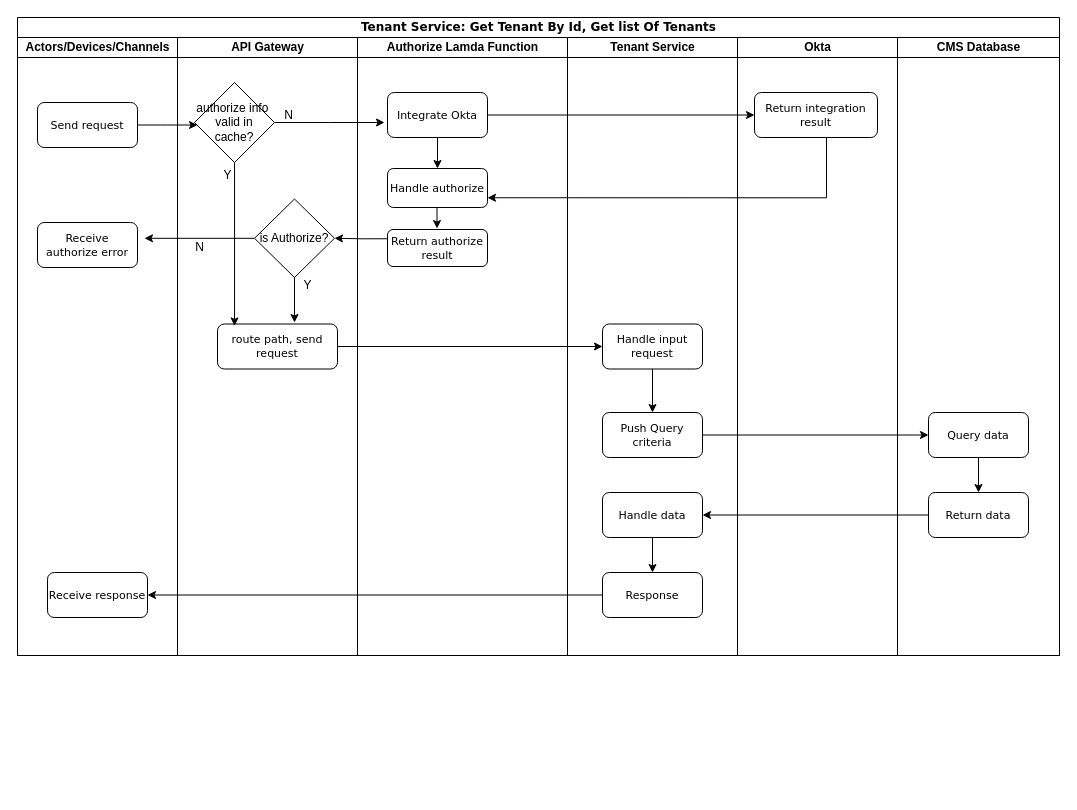
Above: DispatchTenant3.drawio in dieunguyen2003/deploycode (draw.io), before the change. Source tidied: cells renumbered, new cells numbered last; positions are measured from the earlier drawing's top-left corner, leaving out a move shared by most shapes. Both pictures are drawn from the tidied source at 100%, with x=0, y=0 at pixel (17, 17).
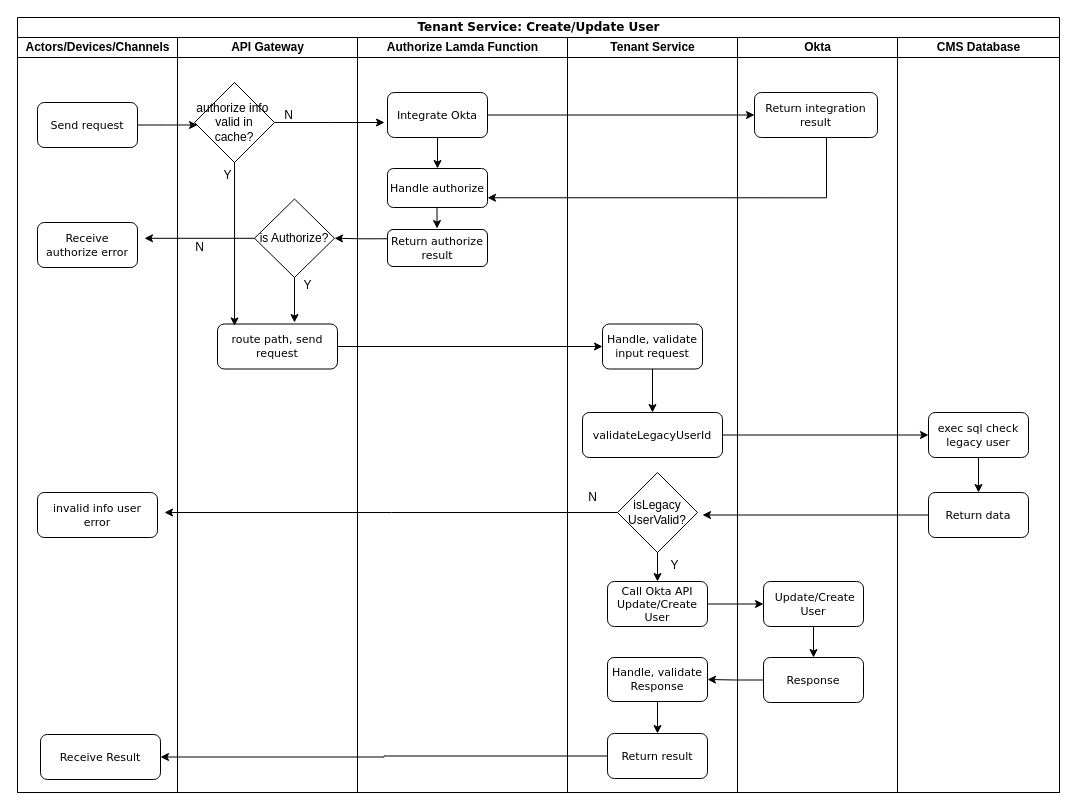
Above is the later version.

Unchanged cells that the change refers to:
```xml
<mxCell id="40" value="&lt;font style=&quot;font-size: 11px;&quot;&gt;Return data&lt;/font&gt;" style="rounded=1;whiteSpace=wrap;html=1;shadow=0;labelBackgroundColor=none;strokeWidth=1;fontFamily=Verdana;fontSize=8;align=center;" parent="37" vertex="1">
  <mxGeometry x="31" y="455" width="100" height="45" as="geometry" />
</mxCell>
```

The edit, as a diff of the source:
```diff
@@
-    <mxCell id="2" value="&lt;font style=&quot;font-size: 12px;&quot;&gt;Tenant Service: Get Tenant By Id, Get list Of Tenants&lt;/font&gt;" style="swimlane;html=1;startSize=20;rounded=0;shadow=0;labelBackgroundColor=none;strokeWidth=1;fontFamily=Verdana;fontSize=8;align=center;" parent="1" vertex="1">
-      <mxGeometry width="1042" height="638" as="geometry" />
+    <mxCell id="2" value="&lt;font style=&quot;font-size: 12px;&quot;&gt;Tenant Service: Create/Update User&lt;/font&gt;" style="swimlane;html=1;startSize=20;rounded=0;shadow=0;labelBackgroundColor=none;strokeWidth=1;fontFamily=Verdana;fontSize=8;align=center;" parent="1" vertex="1">
+      <mxGeometry width="1042" height="775" as="geometry" />
     </mxCell>
     <mxCell id="3" value="Actors/Devices/Channels" style="swimlane;html=1;startSize=20;" parent="2" vertex="1">
-      <mxGeometry y="20" width="160" height="618" as="geometry" />
+      <mxGeometry y="20" width="160" height="755" as="geometry" />
     </mxCell>
@@
-    <mxCell id="7" value="&lt;font style=&quot;font-size: 11px;&quot;&gt;Receive response&lt;/font&gt;" style="rounded=1;whiteSpace=wrap;html=1;shadow=0;labelBackgroundColor=none;strokeWidth=1;fontFamily=Verdana;fontSize=8;align=center;" parent="3" vertex="1">
-      <mxGeometry x="30" y="535" width="100" height="45" as="geometry" />
-    </mxCell>
+    <mxCell id="46" value="&lt;span style=&quot;font-size: 11px;&quot;&gt;Receive Result&lt;/span&gt;" style="rounded=1;whiteSpace=wrap;html=1;shadow=0;labelBackgroundColor=none;strokeWidth=1;fontFamily=Verdana;fontSize=8;align=center;" parent="3" vertex="1">
+      <mxGeometry x="23" y="697" width="120" height="45" as="geometry" />
+    </mxCell>
+    <mxCell id="47" value="&lt;span style=&quot;font-size: 11px;&quot;&gt;invalid info user error&lt;/span&gt;" style="rounded=1;whiteSpace=wrap;html=1;shadow=0;labelBackgroundColor=none;strokeWidth=1;fontFamily=Verdana;fontSize=8;align=center;" parent="3" vertex="1">
+      <mxGeometry x="20" y="455" width="120" height="45" as="geometry" />
+    </mxCell>
     <mxCell id="8" value="API Gateway" style="swimlane;html=1;startSize=20;" parent="2" vertex="1">
-      <mxGeometry x="160" y="20" width="180" height="618" as="geometry" />
+      <mxGeometry x="160" y="20" width="180" height="755" as="geometry" />
     </mxCell>
@@
     <mxCell id="20" value="Authorize Lamda Function" style="swimlane;html=1;startSize=20;" parent="2" vertex="1">
-      <mxGeometry x="340" y="20" width="210" height="618" as="geometry" />
+      <mxGeometry x="340" y="20" width="210" height="755" as="geometry" />
     </mxCell>
@@
     <mxCell id="26" value="Tenant Service" style="swimlane;html=1;startSize=20;" parent="2" vertex="1">
-      <mxGeometry x="550" y="20" width="170" height="618" as="geometry" />
+      <mxGeometry x="550" y="20" width="170" height="755" as="geometry" />
     </mxCell>
@@
-    <mxCell id="28" value="&lt;font style=&quot;font-size: 11px;&quot;&gt;Handle input request&lt;/font&gt;" style="rounded=1;whiteSpace=wrap;html=1;shadow=0;labelBackgroundColor=none;strokeWidth=1;fontFamily=Verdana;fontSize=8;align=center;" parent="26" vertex="1">
+    <mxCell id="28" value="&lt;font style=&quot;font-size: 11px;&quot;&gt;Handle, validate input request&lt;/font&gt;" style="rounded=1;whiteSpace=wrap;html=1;shadow=0;labelBackgroundColor=none;strokeWidth=1;fontFamily=Verdana;fontSize=8;align=center;" parent="26" vertex="1">
       <mxGeometry x="35" y="286.5" width="100" height="45" as="geometry" />
     </mxCell>
-    <mxCell id="29" value="&lt;font style=&quot;font-size: 11px;&quot;&gt;Push Query criteria&lt;/font&gt;" style="rounded=1;whiteSpace=wrap;html=1;shadow=0;labelBackgroundColor=none;strokeWidth=1;fontFamily=Verdana;fontSize=8;align=center;" parent="26" vertex="1">
-      <mxGeometry x="35" y="375" width="100" height="45" as="geometry" />
+    <mxCell id="29" value="&lt;font style=&quot;font-size: 11px;&quot;&gt;validateLegacyUserId&lt;/font&gt;" style="rounded=1;whiteSpace=wrap;html=1;shadow=0;labelBackgroundColor=none;strokeWidth=1;fontFamily=Verdana;fontSize=8;align=center;" parent="26" vertex="1">
+      <mxGeometry x="15" y="375" width="140" height="45" as="geometry" />
     </mxCell>
-    <mxCell id="30" style="edgeStyle=orthogonalEdgeStyle;rounded=0;jettySize=auto;html=1;entryX=0.5;entryY=0;entryDx=0;entryDy=0;" parent="26" edge="1" source="31" target="32">
-      <mxGeometry relative="1" as="geometry" />
-    </mxCell>
-    <mxCell id="31" value="&lt;font style=&quot;font-size: 11px;&quot;&gt;Handle data&lt;/font&gt;" style="rounded=1;whiteSpace=wrap;html=1;shadow=0;labelBackgroundColor=none;strokeWidth=1;fontFamily=Verdana;fontSize=8;align=center;" parent="26" vertex="1">
-      <mxGeometry x="35" y="455" width="100" height="45" as="geometry" />
-    </mxCell>
-    <mxCell id="32" value="&lt;font style=&quot;font-size: 11px;&quot;&gt;Response&lt;/font&gt;" style="rounded=1;whiteSpace=wrap;html=1;shadow=0;labelBackgroundColor=none;strokeWidth=1;fontFamily=Verdana;fontSize=8;align=center;" parent="26" vertex="1">
-      <mxGeometry x="35" y="535" width="100" height="45" as="geometry" />
-    </mxCell>
+    <mxCell id="48" style="edgeStyle=orthogonalEdgeStyle;rounded=0;jettySize=auto;html=1;entryX=0.5;entryY=0;entryDx=0;entryDy=0;" parent="26" edge="1" source="50" target="51">
+      <mxGeometry relative="1" as="geometry" />
+    </mxCell>
+    <mxCell id="49" style="edgeStyle=orthogonalEdgeStyle;rounded=0;jettySize=auto;html=1;" parent="26" edge="1" source="50">
+      <mxGeometry relative="1" as="geometry">
+        <mxPoint x="-403" y="475" as="targetPoint" />
+      </mxGeometry>
+    </mxCell>
+    <mxCell id="50" value="isLegacy&lt;br&gt;UserValid?" style="rhombus;whiteSpace=wrap;html=1;" parent="26" vertex="1">
+      <mxGeometry x="50" y="435" width="80" height="80" as="geometry" />
+    </mxCell>
+    <mxCell id="51" value="&lt;font style=&quot;font-size: 11px;&quot;&gt;Call Okta API Update/Create User&lt;/font&gt;" style="rounded=1;whiteSpace=wrap;html=1;shadow=0;labelBackgroundColor=none;strokeWidth=1;fontFamily=Verdana;fontSize=8;align=center;" parent="26" vertex="1">
+      <mxGeometry x="40" y="544" width="100" height="45" as="geometry" />
+    </mxCell>
+    <mxCell id="52" style="edgeStyle=orthogonalEdgeStyle;rounded=0;jettySize=auto;html=1;" parent="26" edge="1" source="53" target="55">
+      <mxGeometry relative="1" as="geometry" />
+    </mxCell>
+    <mxCell id="53" value="&lt;span style=&quot;font-size: 11px;&quot;&gt;Handle, validate Response&lt;/span&gt;" style="rounded=1;whiteSpace=wrap;html=1;shadow=0;labelBackgroundColor=none;strokeWidth=1;fontFamily=Verdana;fontSize=8;align=center;" parent="26" vertex="1">
+      <mxGeometry x="40" y="620" width="100" height="44" as="geometry" />
+    </mxCell>
+    <mxCell id="54" value="N" style="text;html=1;align=center;verticalAlign=middle;strokeColor=none;fillColor=none;" parent="26" vertex="1">
+      <mxGeometry x="10" y="445" width="30" height="30" as="geometry" />
+    </mxCell>
+    <mxCell id="55" value="&lt;span style=&quot;font-size: 11px;&quot;&gt;Return result&lt;/span&gt;" style="rounded=1;whiteSpace=wrap;html=1;shadow=0;labelBackgroundColor=none;strokeWidth=1;fontFamily=Verdana;fontSize=8;align=center;" parent="26" vertex="1">
+      <mxGeometry x="40" y="696" width="100" height="45" as="geometry" />
+    </mxCell>
     <mxCell id="33" value="Okta" style="swimlane;html=1;startSize=20;" parent="2" vertex="1">
-      <mxGeometry x="720" y="20" width="160" height="618" as="geometry" />
+      <mxGeometry x="720" y="20" width="160" height="755" as="geometry" />
     </mxCell>
@@
+    <mxCell id="56" style="edgeStyle=orthogonalEdgeStyle;rounded=0;jettySize=auto;html=1;entryX=0.5;entryY=0;entryDx=0;entryDy=0;" parent="33" edge="1" source="57" target="32">
+      <mxGeometry relative="1" as="geometry" />
+    </mxCell>
+    <mxCell id="57" value="&lt;font style=&quot;font-size: 11px;&quot;&gt;&amp;nbsp;Update/Create User&lt;/font&gt;" style="rounded=1;whiteSpace=wrap;html=1;shadow=0;labelBackgroundColor=none;strokeWidth=1;fontFamily=Verdana;fontSize=8;align=center;" parent="33" vertex="1">
+      <mxGeometry x="26" y="544" width="100" height="45" as="geometry" />
+    </mxCell>
+    <mxCell id="32" value="&lt;span style=&quot;font-size: 11px;&quot;&gt;Response&lt;/span&gt;" style="rounded=1;whiteSpace=wrap;html=1;shadow=0;labelBackgroundColor=none;strokeWidth=1;fontFamily=Verdana;fontSize=8;align=center;" parent="33" vertex="1">
+      <mxGeometry x="26" y="620" width="100" height="45" as="geometry" />
+    </mxCell>
@@
     <mxCell id="37" value="CMS Database" style="swimlane;html=1;startSize=20;" parent="2" vertex="1">
-      <mxGeometry x="880" y="20" width="162" height="618" as="geometry" />
+      <mxGeometry x="880" y="20" width="162" height="755" as="geometry" />
     </mxCell>
@@
-    <mxCell id="39" value="&lt;font style=&quot;font-size: 11px;&quot;&gt;Query data&lt;/font&gt;" style="rounded=1;whiteSpace=wrap;html=1;shadow=0;labelBackgroundColor=none;strokeWidth=1;fontFamily=Verdana;fontSize=8;align=center;" parent="37" vertex="1">
+    <mxCell id="39" value="&lt;span style=&quot;font-size: 11px;&quot;&gt;exec sql check legacy user&lt;/span&gt;" style="rounded=1;whiteSpace=wrap;html=1;shadow=0;labelBackgroundColor=none;strokeWidth=1;fontFamily=Verdana;fontSize=8;align=center;" parent="37" vertex="1">
       <mxGeometry x="31" y="375" width="100" height="45" as="geometry" />
     </mxCell>
@@
-    <mxCell id="44" style="edgeStyle=orthogonalEdgeStyle;rounded=0;jettySize=auto;html=1;entryX=1;entryY=0.5;entryDx=0;entryDy=0;" parent="2" edge="1" source="40" target="31">
-      <mxGeometry relative="1" as="geometry" />
+    <mxCell id="44" style="edgeStyle=orthogonalEdgeStyle;rounded=0;jettySize=auto;html=1;entryX=1;entryY=0.5;entryDx=0;entryDy=0;" parent="2" edge="1" source="40">
+      <mxGeometry relative="1" as="geometry">
+        <mxPoint x="685" y="497.5" as="targetPoint" />
+      </mxGeometry>
     </mxCell>
-    <mxCell id="45" style="edgeStyle=orthogonalEdgeStyle;rounded=0;jettySize=auto;html=1;entryX=1;entryY=0.5;entryDx=0;entryDy=0;" parent="2" edge="1" source="32" target="7">
-      <mxGeometry relative="1" as="geometry" />
-    </mxCell>
+    <mxCell id="58" style="edgeStyle=orthogonalEdgeStyle;rounded=0;jettySize=auto;html=1;" parent="2" edge="1" source="51" target="57">
+      <mxGeometry relative="1" as="geometry" />
+    </mxCell>
+    <mxCell id="59" style="edgeStyle=orthogonalEdgeStyle;rounded=0;jettySize=auto;html=1;" parent="2" edge="1" source="32" target="53">
+      <mxGeometry relative="1" as="geometry" />
+    </mxCell>
+    <mxCell id="60" style="edgeStyle=orthogonalEdgeStyle;rounded=0;jettySize=auto;html=1;" parent="2" edge="1" source="55" target="46">
+      <mxGeometry relative="1" as="geometry" />
+    </mxCell>
+    <mxCell id="61" value="Y" style="text;html=1;align=center;verticalAlign=middle;strokeColor=none;fillColor=none;" parent="1" vertex="1">
+      <mxGeometry x="642" y="533" width="30" height="30" as="geometry" />
+    </mxCell>
```
